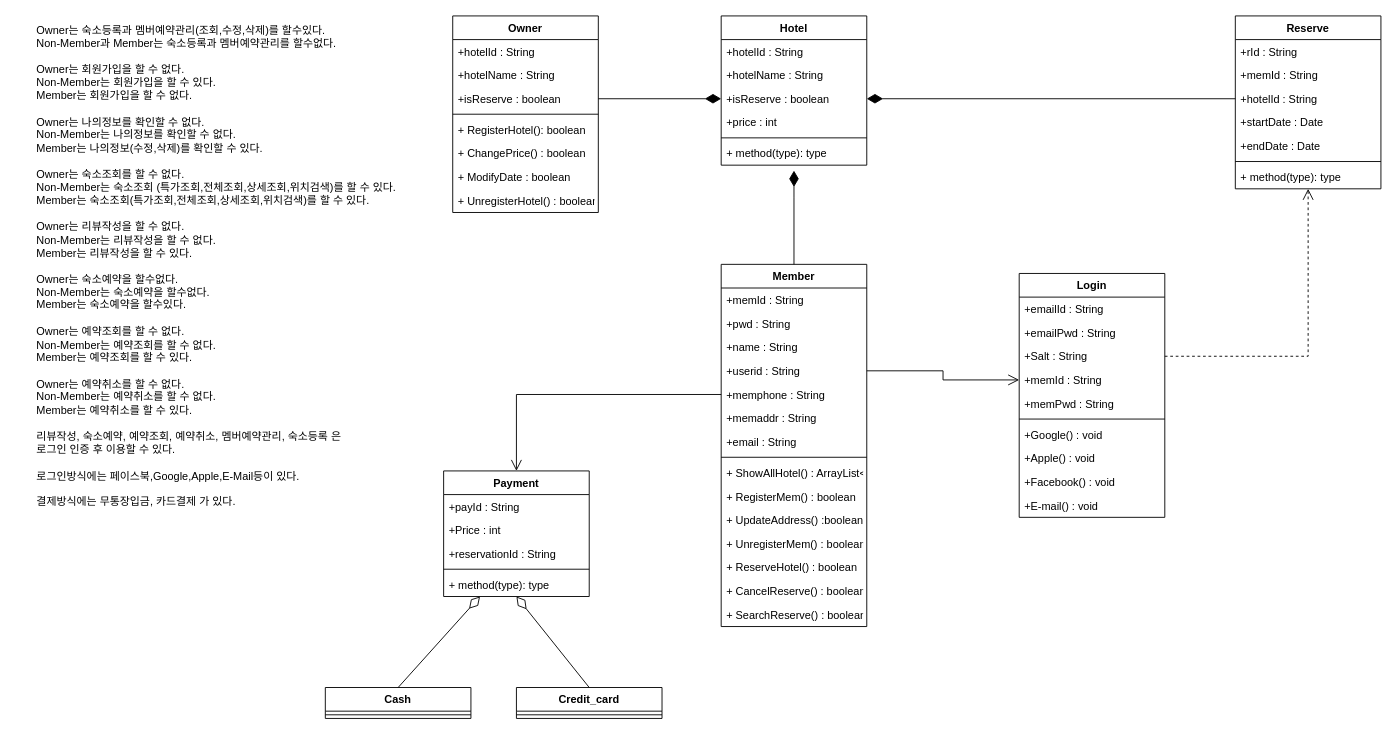
Earlier version of the draw.io diagram page "CLASS DIAGRAM" (2 of 5) of src/HotelReservation_Diagram/HotelReservations 5수정.drawio (Anministar/JAVA_STUDYING). Source tidied: cells renumbered, new cells numbered last; positions are measured from the earlier drawing's top-left corner, leaving out a move shared by most shapes. Both pictures are drawn from the tidied source at 91%, with x=0, y=0 at pixel (15, 15).
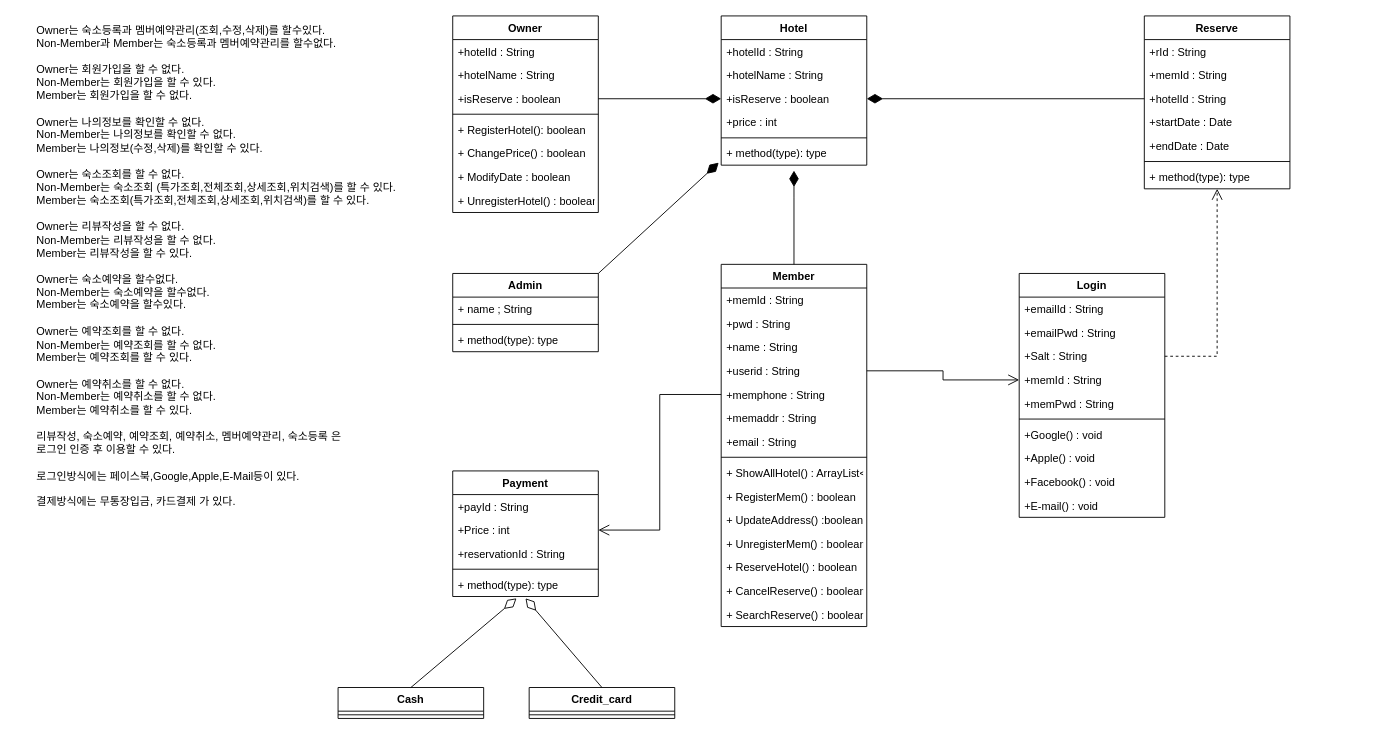
Above is the later version.

The change refers to these unchanged cells:
```xml
<mxCell id="7" value="+memphone : String" style="text;strokeColor=none;fillColor=none;align=left;verticalAlign=top;spacingLeft=4;spacingRight=4;overflow=hidden;points=[[0,0.5],[1,0.5]];portConstraint=eastwest;" parent="2" vertex="1">
  <mxGeometry y="130" width="160" height="26" as="geometry" />
</mxCell>
<mxCell id="24" value="+ method(type): type" style="text;strokeColor=none;fillColor=none;align=left;verticalAlign=top;spacingLeft=4;spacingRight=4;overflow=hidden;points=[[0,0.5],[1,0.5]];portConstraint=eastwest;" parent="18" vertex="1">
  <mxGeometry y="138" width="160" height="26" as="geometry" />
</mxCell>
<mxCell id="56" value="+Price : int" style="text;strokeColor=none;fillColor=none;align=left;verticalAlign=top;spacingLeft=4;spacingRight=4;overflow=hidden;points=[[0,0.5],[1,0.5]];portConstraint=eastwest;" parent="54" vertex="1">
  <mxGeometry y="52" width="160" height="26" as="geometry" />
</mxCell>
<mxCell id="59" value="+ method(type): type" style="text;strokeColor=none;fillColor=none;align=left;verticalAlign=top;spacingLeft=4;spacingRight=4;overflow=hidden;points=[[0,0.5],[1,0.5]];portConstraint=eastwest;" parent="54" vertex="1">
  <mxGeometry y="112" width="160" height="26" as="geometry" />
</mxCell>
```

What changed in the source:
```diff
@@
     <mxCell id="25" value="Reserve" style="swimlane;fontStyle=1;align=center;verticalAlign=top;horizontal=1;startSize=26;" parent="1" vertex="1">
-      <mxGeometry x="1340" width="160" height="190" as="geometry" />
+      <mxGeometry x="1240" width="160" height="190" as="geometry" />
     </mxCell>
@@
-    <mxCell id="53" style="edgeStyle=orthogonalEdgeStyle;rounded=0;jettySize=auto;html=1;entryX=0;entryY=0.5;entryDx=0;entryDy=0;endArrow=none;endFill=0;endSize=10;startArrow=open;startFill=0;startSize=10;" parent="1" edge="1" source="54" target="7">
+    <mxCell id="53" style="edgeStyle=orthogonalEdgeStyle;rounded=0;jettySize=auto;html=1;entryX=0;entryY=0.5;entryDx=0;entryDy=0;endArrow=none;endFill=0;endSize=10;startArrow=open;startFill=0;startSize=10;exitX=1;exitY=0.5;exitDx=0;exitDy=0;" parent="1" edge="1" source="56" target="7">
       <mxGeometry relative="1" as="geometry" />
     </mxCell>
     <mxCell id="54" value="Payment" style="swimlane;fontStyle=1;align=center;verticalAlign=top;horizontal=1;startSize=26;" parent="1" vertex="1">
-      <mxGeometry x="470" y="500" width="160" height="138" as="geometry" />
+      <mxGeometry x="480" y="500" width="160" height="138" as="geometry" />
     </mxCell>
@@
     <mxCell id="62" value="Cash" style="swimlane;fontStyle=1;align=center;verticalAlign=top;horizontal=1;startSize=26;" parent="1" vertex="1">
-      <mxGeometry x="340" y="738" width="160" height="34" as="geometry" />
+      <mxGeometry x="354" y="738" width="160" height="34" as="geometry" />
     </mxCell>
@@
     <mxCell id="64" value="Credit_card" style="swimlane;fontStyle=1;align=center;verticalAlign=top;horizontal=1;startSize=26;" parent="1" vertex="1">
-      <mxGeometry x="550" y="738" width="160" height="34" as="geometry" />
+      <mxGeometry x="564" y="738" width="160" height="34" as="geometry" />
     </mxCell>
@@
-    <mxCell id="66" style="endArrow=diamondThin;html=1;rounded=0;fontSize=15;startSize=15;endSize=15;exitX=0.5;exitY=0;exitDx=0;exitDy=0;endFill=0;" parent="1" edge="1" source="62">
-      <mxGeometry relative="1" as="geometry">
-        <mxPoint x="510" y="638" as="targetPoint" />
-      </mxGeometry>
+    <mxCell id="66" style="endArrow=diamondThin;html=1;rounded=0;fontSize=15;startSize=15;endSize=15;exitX=0.5;exitY=0;exitDx=0;exitDy=0;endFill=0;entryX=0.438;entryY=1.077;entryDx=0;entryDy=0;entryPerimeter=0;" parent="1" edge="1" source="62" target="59">
+      <mxGeometry relative="1" as="geometry" />
     </mxCell>
-    <mxCell id="67" style="endArrow=diamondThin;html=1;rounded=0;fontSize=15;startSize=15;endSize=15;exitX=0.5;exitY=0;exitDx=0;exitDy=0;endFill=0;" parent="1" edge="1" source="64">
-      <mxGeometry relative="1" as="geometry">
-        <mxPoint x="550" y="638" as="targetPoint" />
-      </mxGeometry>
+    <mxCell id="67" style="endArrow=diamondThin;html=1;rounded=0;fontSize=15;startSize=15;endSize=15;exitX=0.5;exitY=0;exitDx=0;exitDy=0;endFill=0;entryX=0.5;entryY=1.077;entryDx=0;entryDy=0;entryPerimeter=0;" parent="1" edge="1" source="64" target="59">
+      <mxGeometry relative="1" as="geometry" />
     </mxCell>
@@
+    <mxCell id="72" value="Admin" style="swimlane;fontStyle=1;align=center;verticalAlign=top;horizontal=1;startSize=26;" parent="1" vertex="1">
+      <mxGeometry x="480" y="283" width="160" height="86" as="geometry" />
+    </mxCell>
+    <mxCell id="73" value="+ name ; String" style="text;strokeColor=none;fillColor=none;align=left;verticalAlign=top;spacingLeft=4;spacingRight=4;overflow=hidden;" parent="72" vertex="1">
+      <mxGeometry y="26" width="160" height="26" as="geometry" />
+    </mxCell>
+    <mxCell id="74" style="line;strokeWidth=1;fillColor=none;align=left;verticalAlign=middle;spacingTop=-1;spacingLeft=3;spacingRight=3;labelPosition=right;strokeColor=inherit;" parent="72" vertex="1">
+      <mxGeometry y="52" width="160" height="8" as="geometry" />
+    </mxCell>
+    <mxCell id="75" value="+ method(type): type" style="text;strokeColor=none;fillColor=none;align=left;verticalAlign=top;spacingLeft=4;spacingRight=4;overflow=hidden;" parent="72" vertex="1">
+      <mxGeometry y="60" width="160" height="26" as="geometry" />
+    </mxCell>
+    <mxCell id="76" style="endArrow=diamondThin;html=1;rounded=0;fontSize=15;startSize=15;endSize=15;entryX=-0.017;entryY=0.896;entryDx=0;entryDy=0;endFill=1;exitX=1;exitY=0;exitDx=0;exitDy=0;entryPerimeter=0;" parent="1" edge="1" source="72" target="24">
+      <mxGeometry relative="1" as="geometry" />
+    </mxCell>
```
